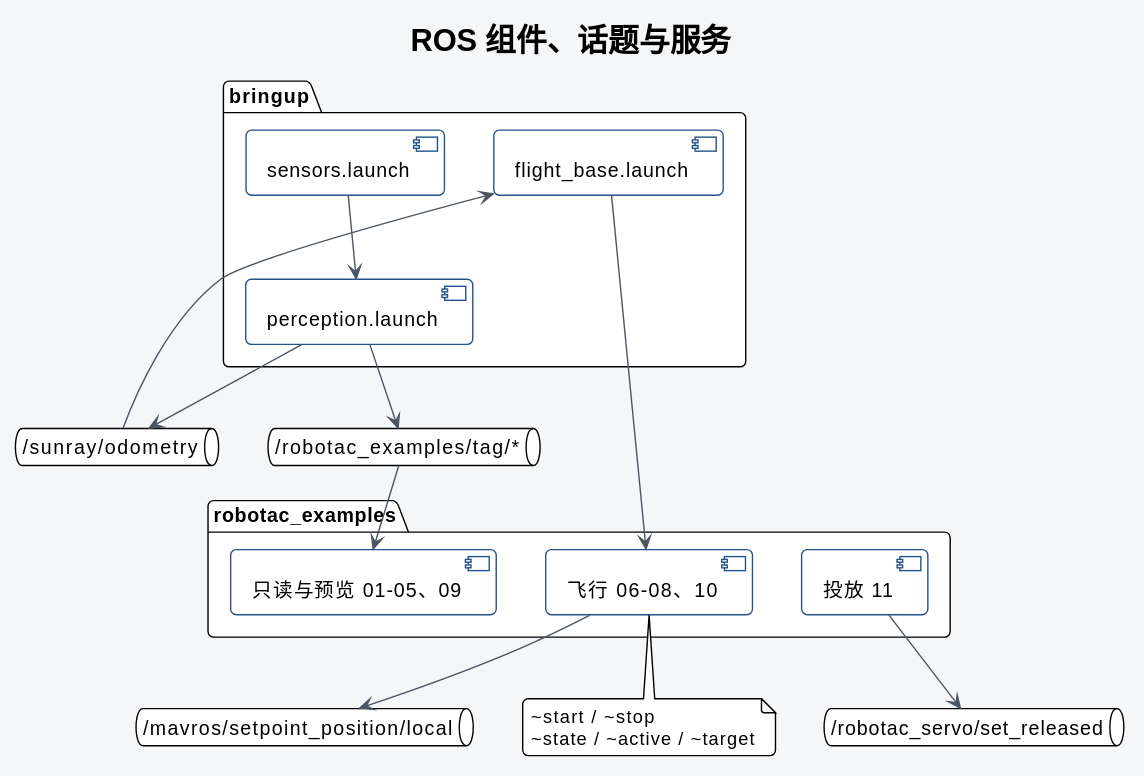
This is docs/assets/plantuml/architecture-interfaces.svg from 6hao666/robotac, a PlantUML export, as it was before one commit.
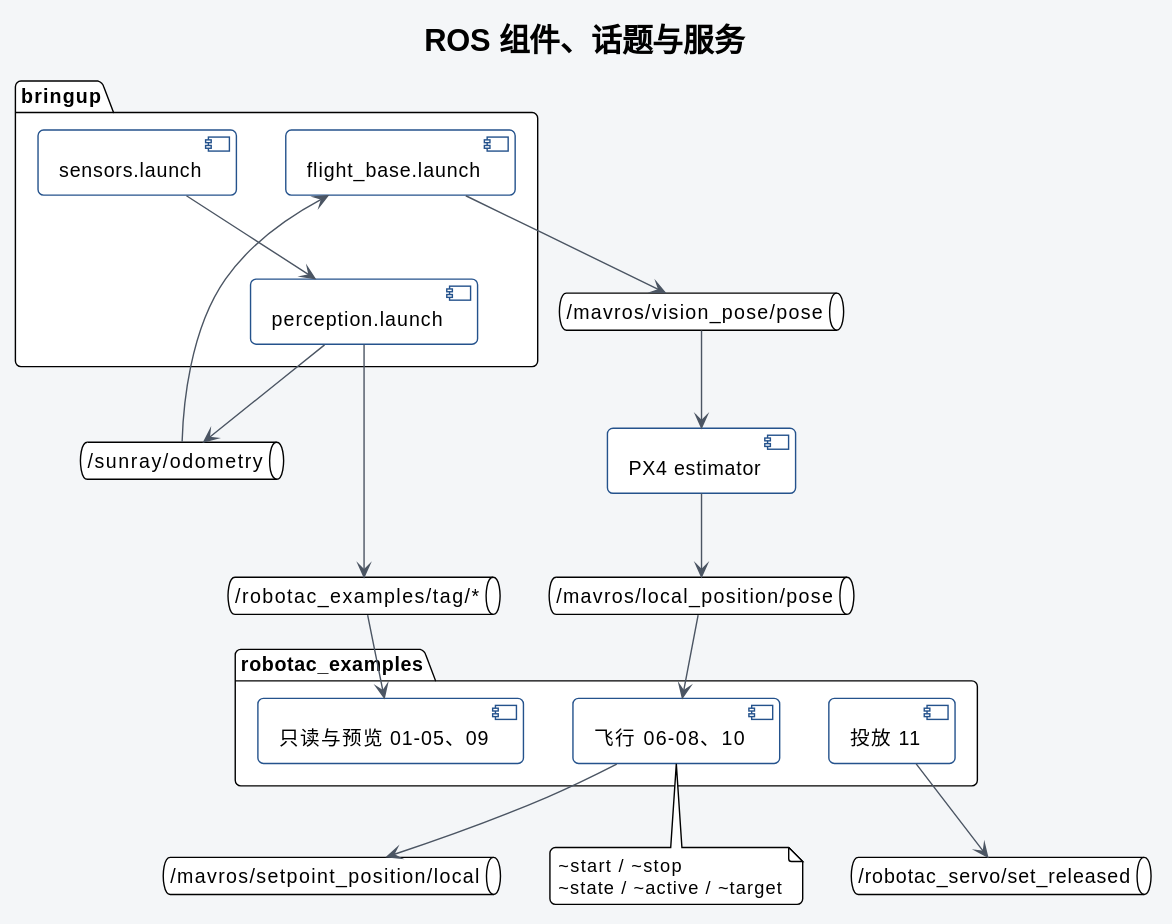
After the change.

What changed in the source:
```diff
@@ -19,15 +19,21 @@
   component "投放 11" as release
 }
 queue "/sunray/odometry" as odom
+queue "/mavros/vision_pose/pose" as vision
+component "PX4 estimator" as estimator
+queue "/mavros/local_position/pose" as local
 queue "/robotac_examples/tag/*" as tag
 queue "/mavros/setpoint_position/local" as target
 queue "/robotac_servo/set_released" as setreleased
 sensors --> perception
 perception --> odom
 odom --> base
+base --> vision
+vision --> estimator
+estimator --> local
+local --> flight
 perception --> tag
 tag --> preview
-base --> flight
 flight --> target
 release --> setreleased
 note bottom of flight
```
